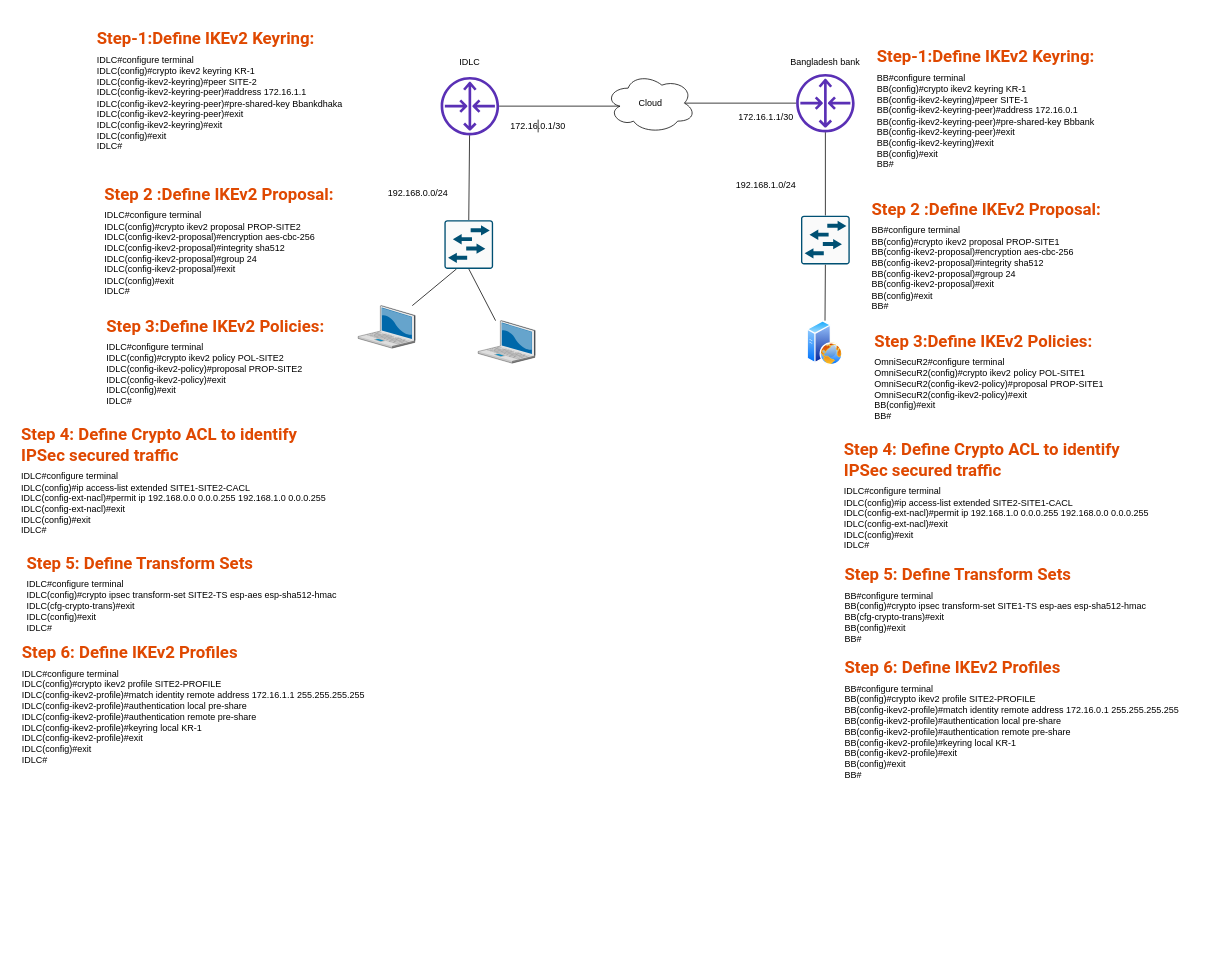
This is Untitled Diagram.drawio from touhidece/pythonautomationcisco, a draw.io file, before an edit. Source tidied: cells renumbered, new cells numbered last; positions are measured from the earlier drawing's top-left corner, leaving out a move shared by most shapes. Both pictures are drawn from the tidied source at 75%, with x=0, y=0 at pixel (16, 13).
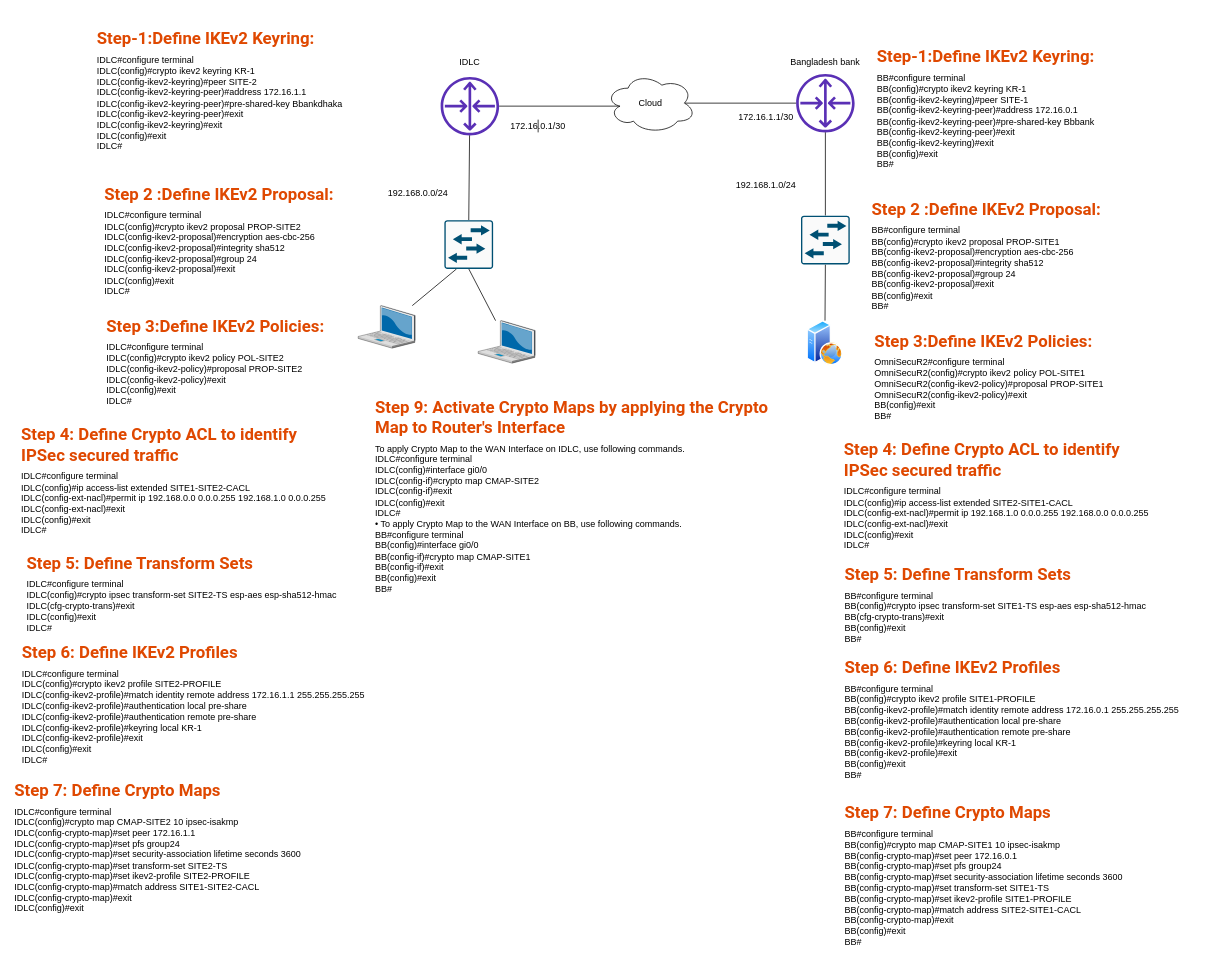
The same diagram, later.

Change to the diagram source:
```diff
@@
-    <mxCell id="37" value="&lt;h3 style=&quot;box-sizing: border-box ; margin-top: 0px ; margin-bottom: 0.5rem ; line-height: 1.2 ; font-size: 1.4rem ; padding-top: 6px ; color: rgb(223 , 72 , 0) ; font-family: &amp;#34;rubik&amp;#34; , &amp;#34;roboto&amp;#34; , &amp;#34;pt serif&amp;#34; , &amp;#34;segoe ui&amp;#34; , &amp;#34;helvetica&amp;#34; , sans-serif ; background-color: rgb(255 , 255 , 255)&quot;&gt;Step 6: Define IKEv2 Profiles&lt;/h3&gt;&lt;div&gt;&lt;div&gt;BB#configure terminal&lt;/div&gt;&lt;div&gt;BB(config)#crypto ikev2 profile SITE2-PROFILE&lt;/div&gt;&lt;div&gt;BB(config-ikev2-profile)#match identity remote address 172.16.0.1 255.255.255.255&lt;/div&gt;&lt;div&gt;BB(config-ikev2-profile)#authentication local pre-share&lt;/div&gt;&lt;div&gt;BB(config-ikev2-profile)#authentication remote pre-share&lt;/div&gt;&lt;div&gt;BB(config-ikev2-profile)#keyring local KR-1&lt;/div&gt;&lt;div&gt;BB(config-ikev2-profile)#exit&lt;/div&gt;&lt;div&gt;BB(config)#exit&lt;/div&gt;&lt;div&gt;BB#&lt;/div&gt;&lt;/div&gt;&lt;div&gt;&lt;br&gt;&lt;/div&gt;" style="text;html=1;strokeColor=none;fillColor=none;align=left;verticalAlign=middle;whiteSpace=wrap;rounded=0;" parent="1" vertex="1">
+    <mxCell id="37" value="&lt;h3 style=&quot;box-sizing: border-box ; margin-top: 0px ; margin-bottom: 0.5rem ; line-height: 1.2 ; font-size: 1.4rem ; padding-top: 6px ; color: rgb(223 , 72 , 0) ; font-family: &amp;#34;rubik&amp;#34; , &amp;#34;roboto&amp;#34; , &amp;#34;pt serif&amp;#34; , &amp;#34;segoe ui&amp;#34; , &amp;#34;helvetica&amp;#34; , sans-serif ; background-color: rgb(255 , 255 , 255)&quot;&gt;Step 6: Define IKEv2 Profiles&lt;/h3&gt;&lt;div&gt;&lt;div&gt;BB#configure terminal&lt;/div&gt;&lt;div&gt;BB(config)#crypto ikev2 profile SITE1-PROFILE&lt;/div&gt;&lt;div&gt;BB(config-ikev2-profile)#match identity remote address 172.16.0.1 255.255.255.255&lt;/div&gt;&lt;div&gt;BB(config-ikev2-profile)#authentication local pre-share&lt;/div&gt;&lt;div&gt;BB(config-ikev2-profile)#authentication remote pre-share&lt;/div&gt;&lt;div&gt;BB(config-ikev2-profile)#keyring local KR-1&lt;/div&gt;&lt;div&gt;BB(config-ikev2-profile)#exit&lt;/div&gt;&lt;div&gt;BB(config)#exit&lt;/div&gt;&lt;div&gt;BB#&lt;/div&gt;&lt;/div&gt;&lt;div&gt;&lt;br&gt;&lt;/div&gt;" style="text;html=1;strokeColor=none;fillColor=none;align=left;verticalAlign=middle;whiteSpace=wrap;rounded=0;" parent="1" vertex="1">
       <mxGeometry x="1101.5" y="860" width="490" height="170" as="geometry" />
     </mxCell>
+    <mxCell id="38" value="&lt;h3 style=&quot;box-sizing: border-box ; margin-top: 0px ; margin-bottom: 0.5rem ; font-weight: 600 ; line-height: 1.2 ; font-size: 1.4rem ; padding-top: 6px ; color: rgb(223 , 72 , 0) ; text-align: left ; cursor: auto ; font-family: &amp;#34;rubik&amp;#34; , &amp;#34;roboto&amp;#34; , &amp;#34;pt serif&amp;#34; , &amp;#34;segoe ui&amp;#34; , &amp;#34;helvetica&amp;#34; , sans-serif ; font-style: normal ; letter-spacing: normal ; text-indent: 0px ; text-transform: none ; word-spacing: 0px ; background-color: rgb(255 , 255 , 255)&quot;&gt;Step 7: Define Crypto Maps&lt;/h3&gt;&lt;div&gt;&lt;div&gt;IDLC#configure terminal&lt;/div&gt;&lt;div&gt;IDLC(config)#crypto map CMAP-SITE2 10 ipsec-isakmp&lt;/div&gt;&lt;div&gt;IDLC(config-crypto-map)#set peer 172.16.1.1&lt;/div&gt;&lt;div&gt;IDLC(config-crypto-map)#set pfs group24&lt;/div&gt;&lt;div&gt;IDLC(config-crypto-map)#set security-association lifetime seconds 3600&lt;/div&gt;&lt;div&gt;IDLC(config-crypto-map)#set transform-set SITE2-TS&lt;/div&gt;&lt;div&gt;IDLC(config-crypto-map)#set ikev2-profile SITE2-PROFILE&lt;/div&gt;&lt;div&gt;IDLC(config-crypto-map)#match address SITE1-SITE2-CACL&lt;/div&gt;&lt;div&gt;IDLC(config-crypto-map)#exit&lt;/div&gt;&lt;div&gt;IDLC(config)#exit&lt;/div&gt;&lt;/div&gt;" style="text;whiteSpace=wrap;html=1;" parent="1" vertex="1">
+      <mxGeometry x="-5" y="1010" width="440" height="200" as="geometry" />
+    </mxCell>
+    <mxCell id="39" value="&lt;h3 style=&quot;box-sizing: border-box ; margin-top: 0px ; margin-bottom: 0.5rem ; font-weight: 600 ; line-height: 1.2 ; font-size: 1.4rem ; padding-top: 6px ; color: rgb(223 , 72 , 0) ; text-align: left ; cursor: auto ; font-family: &amp;#34;rubik&amp;#34; , &amp;#34;roboto&amp;#34; , &amp;#34;pt serif&amp;#34; , &amp;#34;segoe ui&amp;#34; , &amp;#34;helvetica&amp;#34; , sans-serif ; font-style: normal ; letter-spacing: normal ; text-indent: 0px ; text-transform: none ; word-spacing: 0px ; background-color: rgb(255 , 255 , 255)&quot;&gt;Step 7: Define Crypto Maps&lt;/h3&gt;&lt;div&gt;&lt;div&gt;BB#configure terminal&lt;/div&gt;&lt;div&gt;BB(config)#crypto map CMAP-SITE1 10 ipsec-isakmp&lt;/div&gt;&lt;div&gt;BB(config-crypto-map)#set peer 172.16.0.1&lt;/div&gt;&lt;div&gt;BB(config-crypto-map)#set pfs group24&lt;/div&gt;&lt;div&gt;BB(config-crypto-map)#set security-association lifetime seconds 3600&lt;/div&gt;&lt;div&gt;BB(config-crypto-map)#set transform-set SITE1-TS&lt;/div&gt;&lt;div&gt;BB(config-crypto-map)#set ikev2-profile SITE1-PROFILE&lt;/div&gt;&lt;div&gt;BB(config-crypto-map)#match address SITE2-SITE1-CACL&lt;/div&gt;&lt;div&gt;BB(config-crypto-map)#exit&lt;/div&gt;&lt;div&gt;BB(config)#exit&lt;/div&gt;&lt;div&gt;BB#&lt;/div&gt;&lt;/div&gt;" style="text;whiteSpace=wrap;html=1;" parent="1" vertex="1">
+      <mxGeometry x="1101.5" y="1040" width="440" height="200" as="geometry" />
+    </mxCell>
+    <mxCell id="40" value="&lt;h3 style=&quot;box-sizing: border-box ; margin-top: 0px ; margin-bottom: 0.5rem ; line-height: 1.2 ; font-size: 1.4rem ; padding-top: 6px ; color: rgb(223 , 72 , 0) ; font-family: &amp;#34;rubik&amp;#34; , &amp;#34;roboto&amp;#34; , &amp;#34;pt serif&amp;#34; , &amp;#34;segoe ui&amp;#34; , &amp;#34;helvetica&amp;#34; , sans-serif ; background-color: rgb(255 , 255 , 255)&quot;&gt;Step 9: Activate Crypto Maps by applying the Crypto Map to Router's Interface&lt;/h3&gt;&lt;div&gt;&lt;div&gt;To apply Crypto Map to the WAN Interface on IDLC, use following commands.&lt;/div&gt;&lt;div&gt;IDLC#configure terminal&lt;/div&gt;&lt;div&gt;IDLC(config)#interface gi0/0&lt;/div&gt;&lt;div&gt;IDLC(config-if)#crypto map CMAP-SITE2&lt;/div&gt;&lt;div&gt;IDLC(config-if)#exit&lt;/div&gt;&lt;div&gt;IDLC(config)#exit&lt;/div&gt;&lt;div&gt;IDLC#&lt;/div&gt;&lt;div&gt;• To apply Crypto Map to the WAN Interface on BB, use following commands.&lt;/div&gt;&lt;div&gt;BB#configure terminal&lt;/div&gt;&lt;div&gt;BB(config)#interface gi0/0&lt;/div&gt;&lt;div&gt;BB(config-if)#crypto map CMAP-SITE1&lt;/div&gt;&lt;div&gt;BB(config-if)#exit&lt;/div&gt;&lt;div&gt;BB(config)#exit&lt;/div&gt;&lt;div&gt;BB#&lt;/div&gt;&lt;/div&gt;" style="text;html=1;strokeColor=none;fillColor=none;align=left;verticalAlign=middle;whiteSpace=wrap;rounded=0;" parent="1" vertex="1">
+      <mxGeometry x="475.5" y="490" width="570" height="300" as="geometry" />
+    </mxCell>
```
